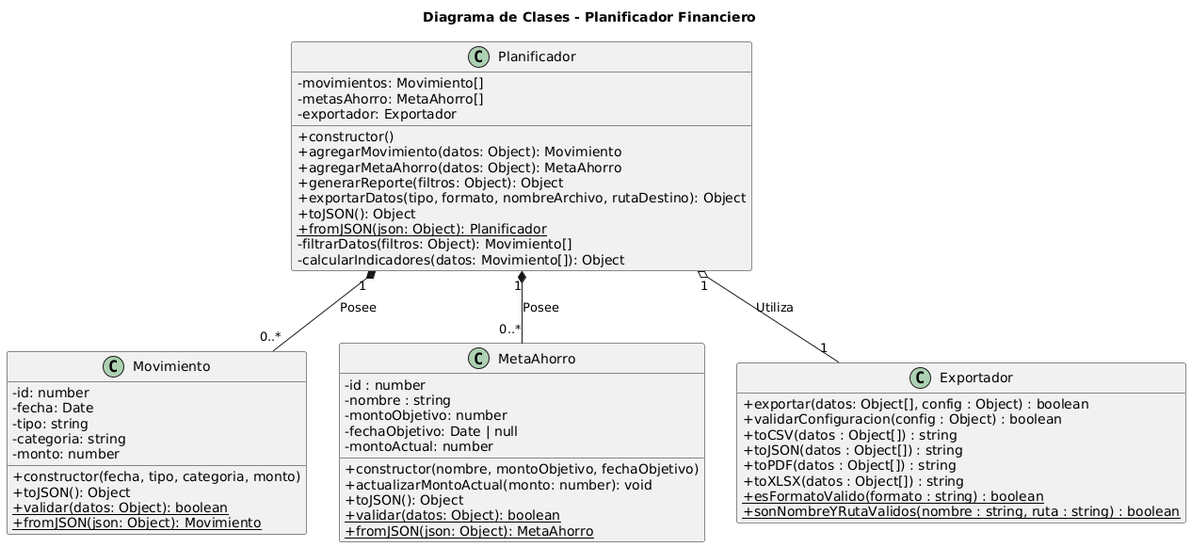
This is docs/04-diagramas/02-diagrama-de-clases/diagrama-clases.png from fioremos/simulador-planificacion-financiera, a PlantUML export, as it was before one commit.
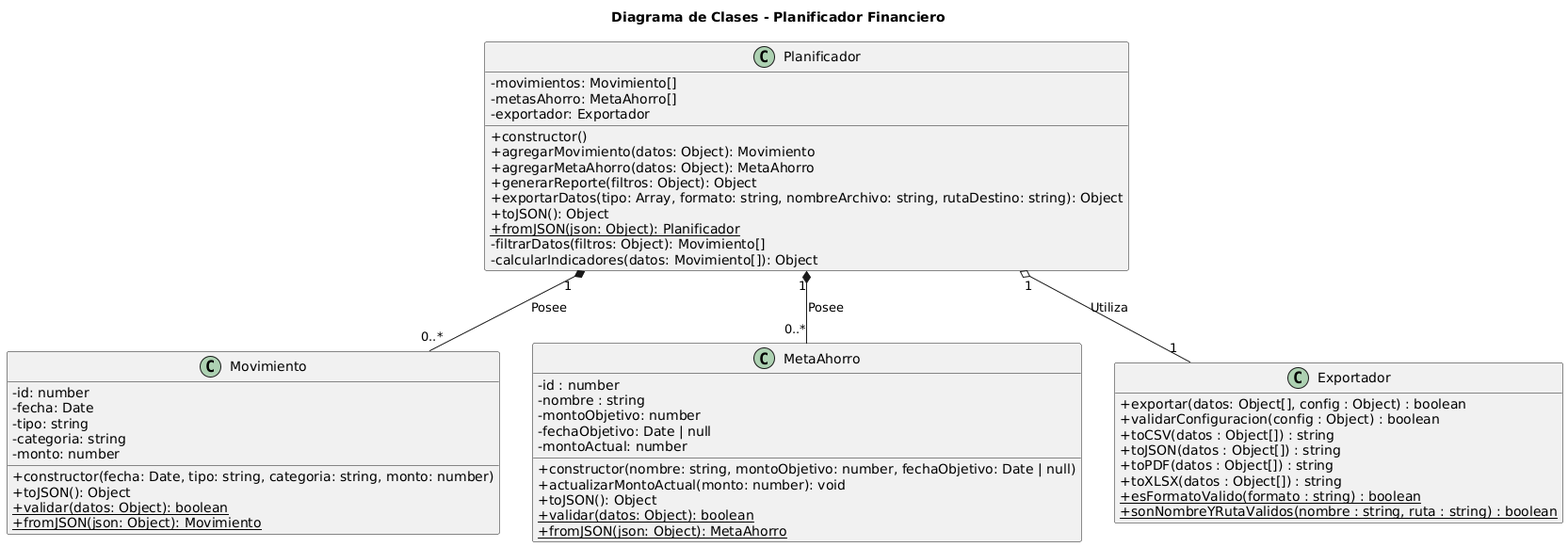
The same file after the commit.

Commit message:
Agrego los tipos en el diagrama de clases

What changed in the source:
```diff
@@ -10,7 +10,7 @@
   - tipo: string
   - categoria: string
   - monto: number
-  + constructor(fecha, tipo, categoria, monto)
+  + constructor(fecha: Date, tipo: string, categoria: string, monto: number)
   + toJSON(): Object
   + {static} validar(datos: Object): boolean
   + {static} fromJSON(json: Object): Movimiento
@@ -21,7 +21,7 @@
     - montoObjetivo: number
     - fechaObjetivo: Date | null
     - montoActual: number
-    + constructor(nombre, montoObjetivo, fechaObjetivo)
+    + constructor(nombre: string, montoObjetivo: number, fechaObjetivo: Date | null)
     + actualizarMontoActual(monto: number): void
     + toJSON(): Object
     + {static} validar(datos: Object): boolean
@@ -46,7 +46,7 @@
     + agregarMovimiento(datos: Object): Movimiento
     + agregarMetaAhorro(datos: Object): MetaAhorro
     + generarReporte(filtros: Object): Object
-    + exportarDatos(tipo, formato, nombreArchivo, rutaDestino): Object
+    + exportarDatos(tipo: Array, formato: string, nombreArchivo: string, rutaDestino: string): Object
     + toJSON(): Object
     + {static} fromJSON(json: Object): Planificador
     - filtrarDatos(filtros: Object): Movimiento[]
```
